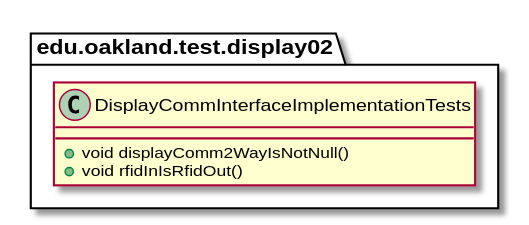
andrewdimmer/csi-3370-software-project keeps this PlantUML diagram as docs/uml-class-diagrams/display02/test/DisplayCommInterfaceImplementationTests/DisplayCommInterfaceImplementationTests.svg. Above is the earlier version.
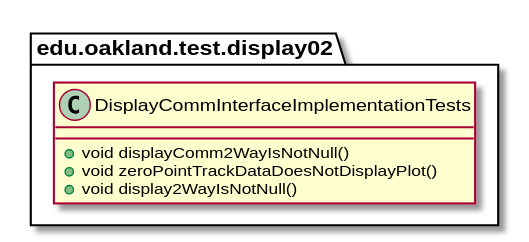
After the commit.

Change to the diagram source:
```diff
@@ -3,8 +3,8 @@
 package edu.oakland.test.display02 {
     class DisplayCommInterfaceImplementationTests {
         + void displayComm2WayIsNotNull()
-        + void rfidInIsRfidOut()
-
+        + void zeroPointTrackDataDoesNotDisplayPlot()
+        + void display2WayIsNotNull()
     }
 }
 
```
